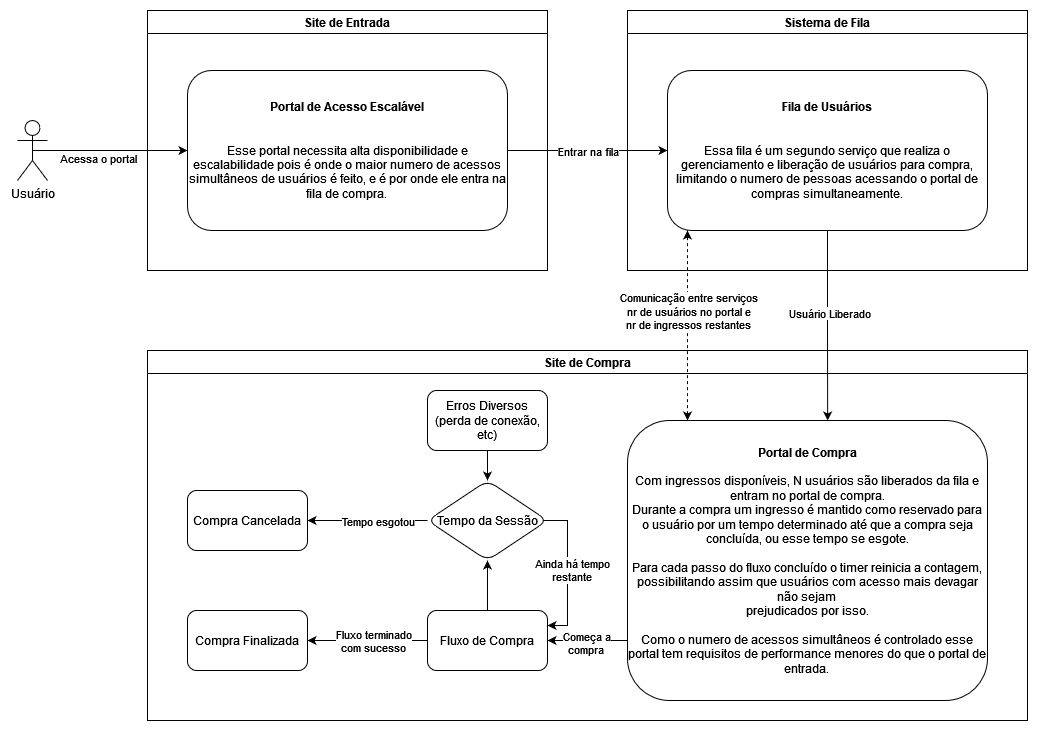
matheushs/psel_BigDataCorp keeps this draw.io diagram as diagrama_psel.png. Above is the earlier version. Source tidied: cells renumbered, new cells last; positions are measured from the earlier drawing's top-left corner, leaving out a move shared by most shapes. Its diagram source:
```xml
<mxGraphModel>
  <root>
    <mxCell id="0" />
    <mxCell id="1" parent="0" />
    <mxCell id="2" style="edgeStyle=orthogonalEdgeStyle;rounded=0;jettySize=auto;html=1;entryX=0;entryY=0.5;entryDx=0;entryDy=0;" parent="1" edge="1" source="5" target="7">
      <mxGeometry relative="1" as="geometry" />
    </mxCell>
    <mxCell id="3" value="Entrar na fila" style="edgeLabel;html=1;align=center;verticalAlign=middle;" parent="2" vertex="1">
      <mxGeometry x="-0.14" relative="1" as="geometry">
        <mxPoint x="11" as="offset" />
      </mxGeometry>
    </mxCell>
    <mxCell id="4" value="Site de Entrada" style="swimlane;whiteSpace=wrap;html=1;" parent="1" vertex="1">
      <mxGeometry x="130" width="400" height="260" as="geometry" />
    </mxCell>
    <mxCell id="5" value="&lt;div&gt;&lt;b&gt;Portal de Acesso Escalável&lt;/b&gt;&lt;/div&gt;&lt;div&gt;&lt;br&gt;&lt;/div&gt;&lt;div&gt;&lt;br&gt;&lt;/div&gt;&lt;div&gt;Esse portal necessita alta disponibilidade e escalabilidade pois é onde o maior numero de acessos simultâneos de usuários é feito, e é por onde ele entra na fila de compra.&lt;br&gt;&lt;/div&gt;" style="rounded=1;whiteSpace=wrap;html=1;" parent="4" vertex="1">
      <mxGeometry x="40" y="60" width="320" height="160" as="geometry" />
    </mxCell>
    <mxCell id="6" value="Sistema de Fila" style="swimlane;whiteSpace=wrap;html=1;" parent="1" vertex="1">
      <mxGeometry x="610" width="400" height="260" as="geometry" />
    </mxCell>
    <mxCell id="7" value="&lt;div&gt;&lt;b&gt;Fila de Usuários&lt;/b&gt;&lt;/div&gt;&lt;div&gt;&lt;br&gt;&lt;/div&gt;&lt;div&gt;&lt;br&gt;&lt;/div&gt;&lt;div&gt;Essa fila é um segundo serviço que realiza o gerenciamento e liberação de usuários para compra, limitando o numero de pessoas acessando o portal de compras simultaneamente.&lt;br&gt;&lt;/div&gt;" style="rounded=1;whiteSpace=wrap;html=1;" parent="6" vertex="1">
      <mxGeometry x="40" y="60" width="320" height="160" as="geometry" />
    </mxCell>
    <mxCell id="8" value="Site de Compra" style="swimlane;whiteSpace=wrap;html=1;" parent="1" vertex="1">
      <mxGeometry x="130" y="340" width="880" height="370" as="geometry" />
    </mxCell>
    <mxCell id="9" style="edgeStyle=orthogonalEdgeStyle;rounded=0;jettySize=auto;html=1;" parent="8" edge="1" source="11" target="15">
      <mxGeometry relative="1" as="geometry">
        <Array as="points">
          <mxPoint x="440" y="290" />
          <mxPoint x="440" y="290" />
        </Array>
      </mxGeometry>
    </mxCell>
    <mxCell id="10" value="&lt;div&gt;Começa a&lt;/div&gt;&lt;div&gt;compra&lt;br&gt;&lt;/div&gt;" style="edgeLabel;html=1;align=center;verticalAlign=middle;" parent="9" vertex="1">
      <mxGeometry x="0.04" y="2" relative="1" as="geometry" />
    </mxCell>
    <mxCell id="11" value="&lt;div&gt;&lt;b&gt;Portal de Compra&lt;/b&gt;&lt;/div&gt;&lt;div&gt;&lt;br&gt;&lt;/div&gt;&lt;div&gt;Com ingressos disponíveis, N usuários são liberados da fila e entram no portal de compra.&lt;/div&gt;&lt;div&gt;Durante a compra um ingresso é mantido como reservado para o usuário por um tempo determinado até que a compra seja concluída, ou esse tempo se esgote.&lt;/div&gt;&lt;div&gt;&lt;br&gt;&lt;/div&gt;&lt;div&gt;Para cada passo do fluxo concluído o timer reinicia a contagem, &lt;br&gt;possibilitando assim que usuários com acesso mais devagar não sejam &lt;br&gt;prejudicados por isso.&lt;/div&gt;&lt;div&gt;&lt;br&gt;&lt;/div&gt;&lt;div&gt;Como o numero de acessos simultâneos é controlado esse portal tem requisitos de performance menores do que o portal de entrada.&lt;br&gt;&lt;/div&gt;" style="rounded=1;whiteSpace=wrap;html=1;" parent="8" vertex="1">
      <mxGeometry x="480" y="70" width="360" height="280" as="geometry" />
    </mxCell>
    <mxCell id="12" style="edgeStyle=orthogonalEdgeStyle;rounded=0;jettySize=auto;html=1;" parent="8" edge="1" source="15" target="22">
      <mxGeometry relative="1" as="geometry" />
    </mxCell>
    <mxCell id="13" value="&lt;div&gt;Fluxo terminado&lt;/div&gt;&lt;div&gt;com sucesso&lt;br&gt;&lt;/div&gt;" style="edgeLabel;html=1;align=center;verticalAlign=middle;" parent="12" vertex="1">
      <mxGeometry x="-0.08" relative="1" as="geometry" />
    </mxCell>
    <mxCell id="14" style="edgeStyle=orthogonalEdgeStyle;rounded=0;jettySize=auto;html=1;entryX=0.5;entryY=1;entryDx=0;entryDy=0;" parent="8" edge="1" source="15" target="20">
      <mxGeometry relative="1" as="geometry" />
    </mxCell>
    <mxCell id="15" value="Fluxo de Compra" style="whiteSpace=wrap;html=1;rounded=1;" parent="8" vertex="1">
      <mxGeometry x="280" y="260" width="120" height="60" as="geometry" />
    </mxCell>
    <mxCell id="16" style="edgeStyle=orthogonalEdgeStyle;rounded=0;jettySize=auto;html=1;" parent="8" edge="1" source="20" target="21">
      <mxGeometry relative="1" as="geometry" />
    </mxCell>
    <mxCell id="17" value="Tempo esgotou" style="edgeLabel;html=1;align=center;verticalAlign=middle;" parent="16" vertex="1">
      <mxGeometry x="0.38" y="2" relative="1" as="geometry">
        <mxPoint x="33" y="-2" as="offset" />
      </mxGeometry>
    </mxCell>
    <mxCell id="18" style="edgeStyle=orthogonalEdgeStyle;rounded=0;jettySize=auto;html=1;entryX=1;entryY=0.25;entryDx=0;entryDy=0;exitX=0.964;exitY=0.5;exitDx=0;exitDy=0;exitPerimeter=0;" parent="8" edge="1" source="20" target="15">
      <mxGeometry relative="1" as="geometry">
        <Array as="points">
          <mxPoint x="420" y="170" />
          <mxPoint x="420" y="275" />
        </Array>
      </mxGeometry>
    </mxCell>
    <mxCell id="19" value="&lt;div&gt;Ainda há tempo&lt;/div&gt;&lt;div&gt;restante&lt;br&gt;&lt;/div&gt;" style="edgeLabel;html=1;align=center;verticalAlign=middle;" parent="18" vertex="1">
      <mxGeometry x="-0.31" y="4" relative="1" as="geometry">
        <mxPoint y="23" as="offset" />
      </mxGeometry>
    </mxCell>
    <mxCell id="20" value="Tempo da Sessão " style="rhombus;whiteSpace=wrap;html=1;rounded=1;" parent="8" vertex="1">
      <mxGeometry x="280" y="130" width="120" height="80" as="geometry" />
    </mxCell>
    <mxCell id="21" value="Compra Cancelada" style="whiteSpace=wrap;html=1;rounded=1;" parent="8" vertex="1">
      <mxGeometry x="40" y="140" width="120" height="60" as="geometry" />
    </mxCell>
    <mxCell id="22" value="&lt;div&gt;Compra Finalizada&lt;/div&gt;" style="whiteSpace=wrap;html=1;rounded=1;" parent="8" vertex="1">
      <mxGeometry x="40" y="260" width="120" height="60" as="geometry" />
    </mxCell>
    <mxCell id="23" style="edgeStyle=orthogonalEdgeStyle;rounded=0;jettySize=auto;html=1;exitX=0.5;exitY=1;exitDx=0;exitDy=0;entryX=0.5;entryY=0;entryDx=0;entryDy=0;" parent="8" edge="1" source="24" target="20">
      <mxGeometry relative="1" as="geometry" />
    </mxCell>
    <mxCell id="24" value="&lt;div&gt;Erros Diversos&lt;/div&gt;&lt;div&gt;(perda de conexão,&lt;/div&gt;&lt;div&gt;etc)&lt;br&gt;&lt;/div&gt;" style="whiteSpace=wrap;html=1;rounded=1;" parent="8" vertex="1">
      <mxGeometry x="280" y="40" width="120" height="60" as="geometry" />
    </mxCell>
    <mxCell id="25" style="edgeStyle=orthogonalEdgeStyle;rounded=0;jettySize=auto;html=1;entryX=0.556;entryY=0;entryDx=0;entryDy=0;entryPerimeter=0;" parent="1" edge="1" source="7" target="11">
      <mxGeometry relative="1" as="geometry" />
    </mxCell>
    <mxCell id="26" value="Usuário Liberado" style="edgeLabel;html=1;align=center;verticalAlign=middle;" parent="25" vertex="1">
      <mxGeometry x="-0.13" y="1" relative="1" as="geometry" />
    </mxCell>
    <mxCell id="27" style="edgeStyle=orthogonalEdgeStyle;rounded=0;jettySize=auto;html=1;exitX=0.5;exitY=0.5;exitDx=0;exitDy=0;exitPerimeter=0;entryX=0;entryY=0.5;entryDx=0;entryDy=0;" parent="1" edge="1" source="29" target="5">
      <mxGeometry relative="1" as="geometry" />
    </mxCell>
    <mxCell id="28" value="Acessa o portal" style="edgeLabel;html=1;align=center;verticalAlign=middle;" parent="27" vertex="1">
      <mxGeometry x="-0.36" y="-2" relative="1" as="geometry">
        <mxPoint x="15" y="5" as="offset" />
      </mxGeometry>
    </mxCell>
    <mxCell id="29" value="Usuário" style="shape=umlActor;verticalLabelPosition=bottom;verticalAlign=top;html=1;outlineConnect=0;" parent="1" vertex="1">
      <mxGeometry y="110" width="30" height="60" as="geometry" />
    </mxCell>
    <mxCell id="30" style="edgeStyle=orthogonalEdgeStyle;rounded=0;jettySize=auto;html=1;dashed=1;startArrow=classic;startFill=1;" parent="1" edge="1" source="11">
      <mxGeometry relative="1" as="geometry">
        <mxPoint x="670" y="220" as="targetPoint" />
        <Array as="points">
          <mxPoint x="670" y="220" />
        </Array>
      </mxGeometry>
    </mxCell>
    <mxCell id="31" value="&lt;div&gt;Comunicação entre serviços&lt;/div&gt;&lt;div&gt;nr de usuários no portal e&lt;/div&gt;&lt;div&gt;nr de ingressos restantes&lt;br&gt;&lt;/div&gt;" style="edgeLabel;html=1;align=center;verticalAlign=middle;" parent="30" vertex="1">
      <mxGeometry x="0.29" y="-6" relative="1" as="geometry">
        <mxPoint x="-6" y="13" as="offset" />
      </mxGeometry>
    </mxCell>
  </root>
</mxGraphModel>
```
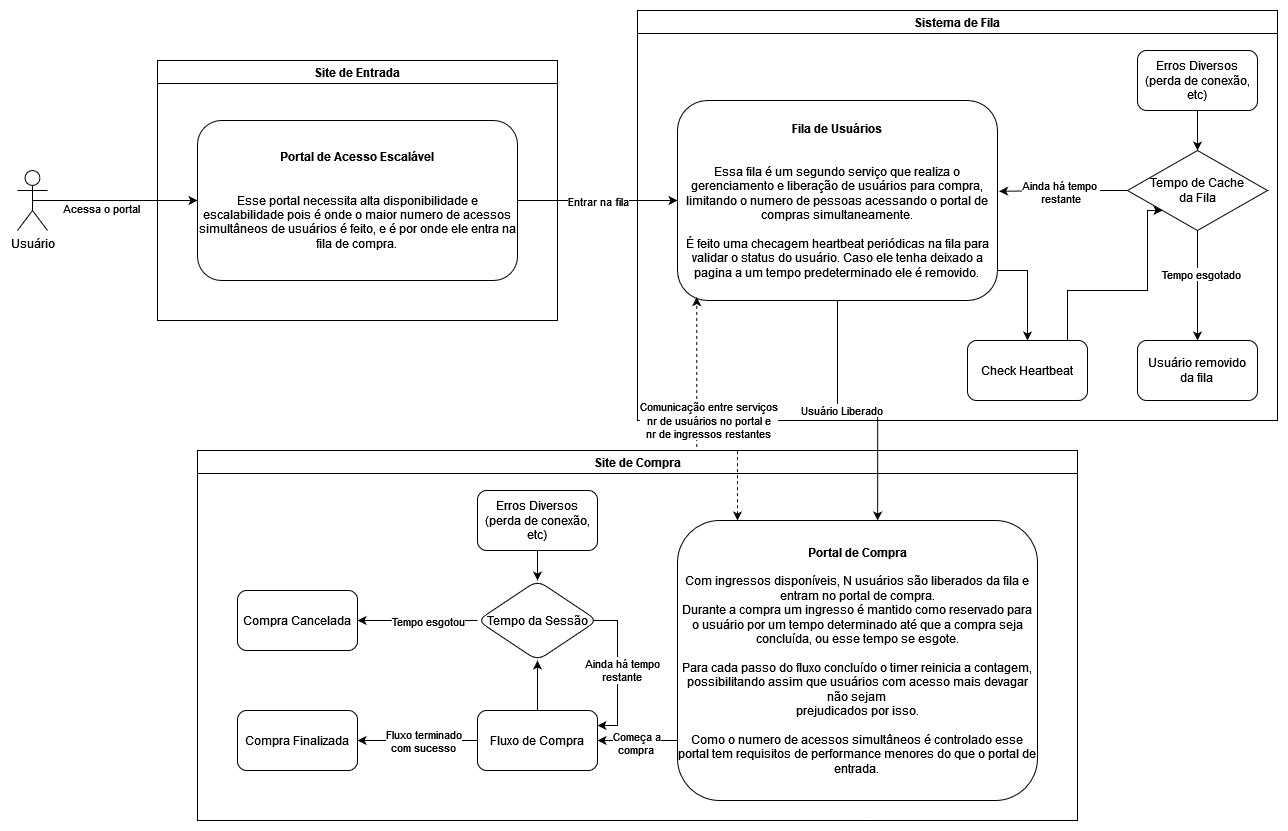
After the change.

The edit, as a diff of the source:
```diff
@@ -11,19 +11,62 @@
       </mxGeometry>
     </mxCell>
     <mxCell id="4" value="Site de Entrada" style="swimlane;whiteSpace=wrap;html=1;" parent="1" vertex="1">
-      <mxGeometry x="130" width="400" height="260" as="geometry" />
+      <mxGeometry x="130" y="-90" width="400" height="260" as="geometry" />
     </mxCell>
     <mxCell id="5" value="&lt;div&gt;&lt;b&gt;Portal de Acesso Escalável&lt;/b&gt;&lt;/div&gt;&lt;div&gt;&lt;br&gt;&lt;/div&gt;&lt;div&gt;&lt;br&gt;&lt;/div&gt;&lt;div&gt;Esse portal necessita alta disponibilidade e escalabilidade pois é onde o maior numero de acessos simultâneos de usuários é feito, e é por onde ele entra na fila de compra.&lt;br&gt;&lt;/div&gt;" style="rounded=1;whiteSpace=wrap;html=1;" parent="4" vertex="1">
       <mxGeometry x="40" y="60" width="320" height="160" as="geometry" />
     </mxCell>
     <mxCell id="6" value="Sistema de Fila" style="swimlane;whiteSpace=wrap;html=1;" parent="1" vertex="1">
-      <mxGeometry x="610" width="400" height="260" as="geometry" />
+      <mxGeometry x="610" y="-140" width="640" height="410" as="geometry" />
     </mxCell>
+    <mxCell id="32" style="edgeStyle=orthogonalEdgeStyle;rounded=0;jettySize=auto;html=1;entryX=0.5;entryY=0;entryDx=0;entryDy=0;" parent="6" edge="1" source="7" target="39">
+      <mxGeometry relative="1" as="geometry">
+        <Array as="points">
+          <mxPoint x="390" y="260" />
+        </Array>
+      </mxGeometry>
+    </mxCell>
-    <mxCell id="7" value="&lt;div&gt;&lt;b&gt;Fila de Usuários&lt;/b&gt;&lt;/div&gt;&lt;div&gt;&lt;br&gt;&lt;/div&gt;&lt;div&gt;&lt;br&gt;&lt;/div&gt;&lt;div&gt;Essa fila é um segundo serviço que realiza o gerenciamento e liberação de usuários para compra, limitando o numero de pessoas acessando o portal de compras simultaneamente.&lt;br&gt;&lt;/div&gt;" style="rounded=1;whiteSpace=wrap;html=1;" parent="6" vertex="1">
-      <mxGeometry x="40" y="60" width="320" height="160" as="geometry" />
+    <mxCell id="7" value="&lt;div&gt;&lt;b&gt;Fila de Usuários&lt;/b&gt;&lt;/div&gt;&lt;div&gt;&lt;br&gt;&lt;/div&gt;&lt;div&gt;&lt;br&gt;&lt;/div&gt;&lt;div&gt;Essa fila é um segundo serviço que realiza o gerenciamento e liberação de usuários para compra, limitando o numero de pessoas acessando o portal de compras simultaneamente.&lt;/div&gt;&lt;div&gt;&lt;br&gt;&lt;/div&gt;&lt;div&gt;É feito uma checagem heartbeat periódicas na fila para validar o status do usuário. Caso ele tenha deixado a pagina a um tempo predeterminado ele é removido.&lt;br&gt;&lt;/div&gt;" style="rounded=1;whiteSpace=wrap;html=1;" parent="6" vertex="1">
+      <mxGeometry x="40" y="90" width="320" height="200" as="geometry" />
     </mxCell>
+    <mxCell id="33" style="edgeStyle=orthogonalEdgeStyle;rounded=0;jettySize=auto;html=1;entryX=0.5;entryY=0;entryDx=0;entryDy=0;" parent="6" edge="1" source="35" target="42">
+      <mxGeometry relative="1" as="geometry" />
+    </mxCell>
+    <mxCell id="34" value="Tempo esgotado" style="edgeLabel;html=1;align=center;verticalAlign=middle;" parent="33" vertex="1">
+      <mxGeometry x="-0.21" y="3" relative="1" as="geometry" />
+    </mxCell>
+    <mxCell id="35" value="&lt;div&gt;Tempo de Cache&lt;/div&gt;&lt;div&gt;da Fila&lt;/div&gt;" style="rhombus;whiteSpace=wrap;html=1;" parent="6" vertex="1">
+      <mxGeometry x="490" y="140" width="140" height="80" as="geometry" />
+    </mxCell>
+    <mxCell id="36" style="edgeStyle=orthogonalEdgeStyle;rounded=0;jettySize=auto;html=1;" parent="6" edge="1" source="37" target="35">
+      <mxGeometry relative="1" as="geometry" />
+    </mxCell>
+    <mxCell id="37" value="&lt;div&gt;Erros Diversos&lt;/div&gt;&lt;div&gt;(perda de conexão,&lt;/div&gt;&lt;div&gt;etc)&lt;br&gt;&lt;/div&gt;" style="whiteSpace=wrap;html=1;rounded=1;" parent="6" vertex="1">
+      <mxGeometry x="500" y="40" width="120" height="60" as="geometry" />
+    </mxCell>
+    <mxCell id="38" style="edgeStyle=orthogonalEdgeStyle;rounded=0;jettySize=auto;html=1;entryX=0;entryY=1;entryDx=0;entryDy=0;" parent="6" edge="1" source="39" target="35">
+      <mxGeometry relative="1" as="geometry">
+        <Array as="points">
+          <mxPoint x="430" y="280" />
+          <mxPoint x="510" y="280" />
+          <mxPoint x="510" y="200" />
+        </Array>
+      </mxGeometry>
+    </mxCell>
+    <mxCell id="39" value="&lt;div&gt;Check Heartbeat&lt;/div&gt;" style="whiteSpace=wrap;html=1;rounded=1;" parent="6" vertex="1">
+      <mxGeometry x="330" y="330" width="120" height="60" as="geometry" />
+    </mxCell>
+    <mxCell id="40" style="edgeStyle=orthogonalEdgeStyle;rounded=0;jettySize=auto;html=1;entryX=1.005;entryY=0.454;entryDx=0;entryDy=0;entryPerimeter=0;" parent="6" edge="1" source="35" target="7">
+      <mxGeometry relative="1" as="geometry" />
+    </mxCell>
+    <mxCell id="41" value="&lt;div&gt;Ainda há tempo&amp;nbsp;&lt;/div&gt;&lt;div&gt;restante&lt;/div&gt;" style="edgeLabel;html=1;align=center;verticalAlign=middle;" parent="40" vertex="1">
+      <mxGeometry x="0.06" y="1" relative="1" as="geometry" />
+    </mxCell>
+    <mxCell id="42" value="&lt;div&gt;Usuário removido&lt;/div&gt;&lt;div&gt;da fila&lt;br&gt;&lt;/div&gt;" style="whiteSpace=wrap;html=1;rounded=1;" parent="6" vertex="1">
+      <mxGeometry x="500" y="330" width="120" height="60" as="geometry" />
+    </mxCell>
     <mxCell id="8" value="Site de Compra" style="swimlane;whiteSpace=wrap;html=1;" parent="1" vertex="1">
-      <mxGeometry x="130" y="340" width="880" height="370" as="geometry" />
+      <mxGeometry x="170" y="300" width="880" height="370" as="geometry" />
     </mxCell>
     <mxCell id="9" style="edgeStyle=orthogonalEdgeStyle;rounded=0;jettySize=auto;html=1;" parent="8" edge="1" source="11" target="15">
       <mxGeometry relative="1" as="geometry">
@@ -102,19 +145,19 @@
       </mxGeometry>
     </mxCell>
     <mxCell id="29" value="Usuário" style="shape=umlActor;verticalLabelPosition=bottom;verticalAlign=top;html=1;outlineConnect=0;" parent="1" vertex="1">
-      <mxGeometry y="110" width="30" height="60" as="geometry" />
+      <mxGeometry x="-10" y="20" width="30" height="60" as="geometry" />
     </mxCell>
-    <mxCell id="30" style="edgeStyle=orthogonalEdgeStyle;rounded=0;jettySize=auto;html=1;dashed=1;startArrow=classic;startFill=1;" parent="1" edge="1" source="11">
+    <mxCell id="30" style="edgeStyle=orthogonalEdgeStyle;rounded=0;jettySize=auto;html=1;dashed=1;startArrow=classic;startFill=1;entryX=0.06;entryY=0.983;entryDx=0;entryDy=0;entryPerimeter=0;" parent="1" edge="1" source="11" target="7">
       <mxGeometry relative="1" as="geometry">
-        <mxPoint x="670" y="220" as="targetPoint" />
         <Array as="points">
-          <mxPoint x="670" y="220" />
+          <mxPoint x="710" y="300" />
+          <mxPoint x="669" y="300" />
         </Array>
       </mxGeometry>
     </mxCell>
     <mxCell id="31" value="&lt;div&gt;Comunicação entre serviços&lt;/div&gt;&lt;div&gt;nr de usuários no portal e&lt;/div&gt;&lt;div&gt;nr de ingressos restantes&lt;br&gt;&lt;/div&gt;" style="edgeLabel;html=1;align=center;verticalAlign=middle;" parent="30" vertex="1">
       <mxGeometry x="0.29" y="-6" relative="1" as="geometry">
-        <mxPoint x="-6" y="13" as="offset" />
+        <mxPoint x="5" y="30" as="offset" />
       </mxGeometry>
     </mxCell>
   </root>
```
